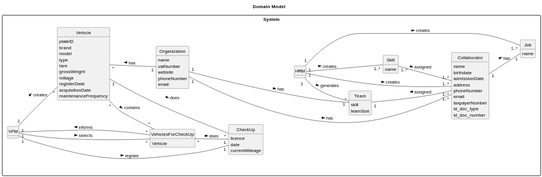
Earlier version of the PlantUML export docs/sprintA/global-artifacts/02.analysis/svg/project-domain-model.svg (SAEmanuel/Green_Spaces_Management_ISEP).
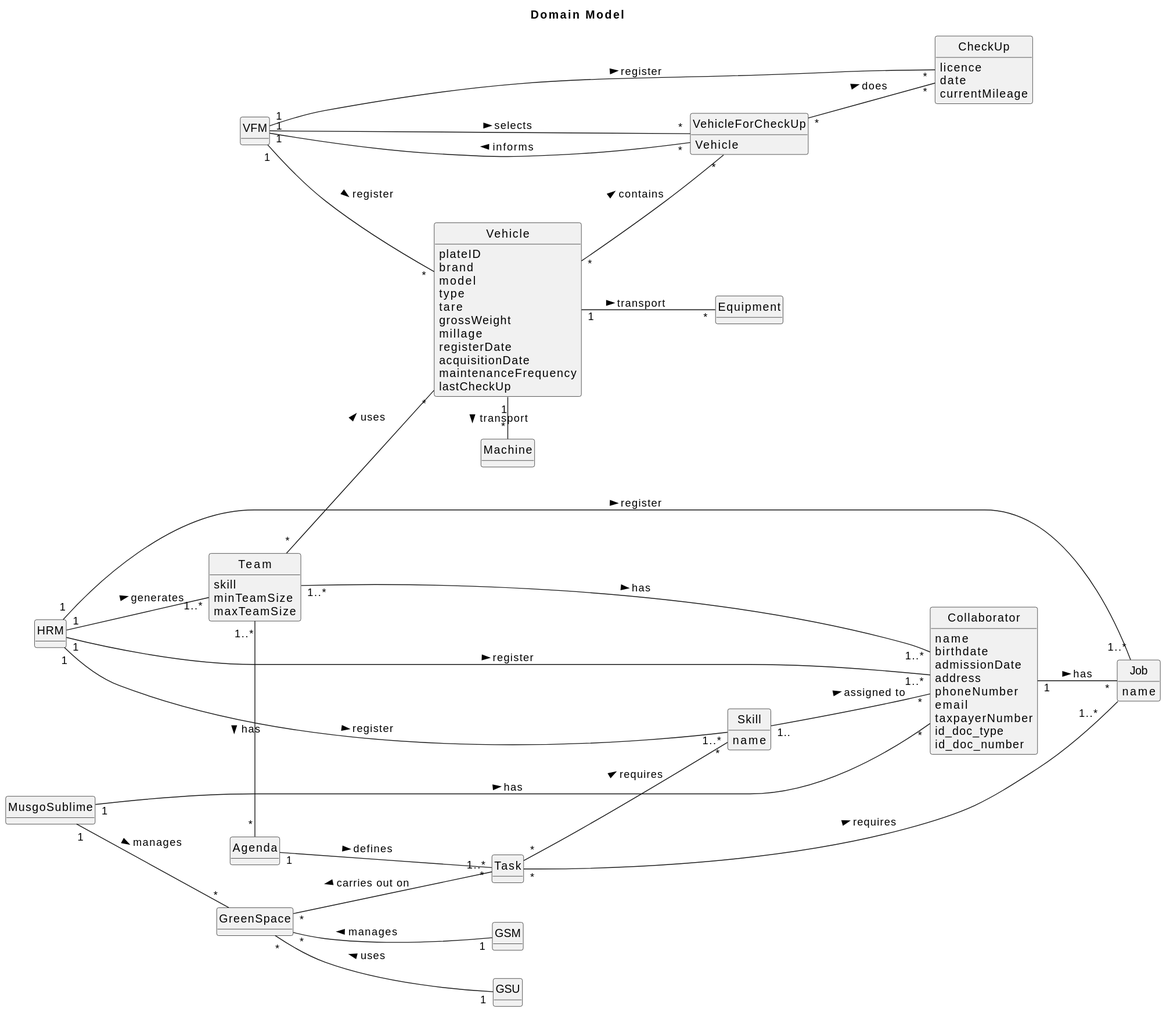
Above is the later version.

The edit, as a diff of the source:
```diff
@@ -11,44 +11,38 @@
 
 title Domain Model
 
-package "System" {
 
-    class HRM {
+
+
+    class GSM {
     }
 
-    class Skill {
-        name
+    class GSU {
     }
 
-class Organization {
-    name
-    vatNumber
-    website
-    phoneNumber
-    email
-}
-
-    class Job {
-        name
+    class GreenSpace {
     }
 
-    class Collaborator {
-        name
-        birthdate
-        admissionDate
-        address
-        phoneNumber
-        email
-        taxpayerNumber
-        id_doc_type
-        id_doc_number
-
+    class MusgoSublime {
     }
 
-    class Team {
-        skill
-        teamSize
+    class Task {
     }
+
+    class Agenda {
+    }
+
+    GreenSpace "*" -- "1" GSM : manages <
+    GreenSpace "*" -- "1" GSU : uses <
+    GreenSpace "*" -- "1..*" Task : carries out on <
+
+    MusgoSublime "1" -- "*" GreenSpace : manages >
+
+    Agenda "1" -- "*" Task : defines >
+
+
+
+
 
     class VFM {
     }
@@ -64,9 +58,16 @@
          registerDate
          acquisitionDate
          maintenanceFrequency
+         lastCheckUp
     }
 
-    class VehiclesForCheckUp {
+            class Machine{
+            }
+
+            class Equipment{
+            }
+
+    class VehicleForCheckUp {
         Vehicle
     }
 
@@ -77,32 +78,77 @@
     }
 
 
+    VFM "1" -- "*" Vehicle : register >
+    VFM "1  " -- "*" VehicleForCheckUp: selects >
+    VFM "1" ---- "*" CheckUp : register >
+    VFM "1" -- "*" VehicleForCheckUp : informs <
 
-    HRM "1  " -- "1..*" Skill : creates >
-    HRM "1" -- "1..*" Job : creates >
-    HRM "1" -- "1..*" Collaborator : creates >
-    HRM "1  " -- "1 " Team : generates >
+    Vehicle "*"-- "*" VehicleForCheckUp: contains >
+    Vehicle "1" -- "*" Equipment : transport >
+    Vehicle "1" - "*" Machine : transport >
 
-    VFM "1" -- "*" Vehicle : creates >
-    VFM "1  " -- "*" VehiclesForCheckUp: selects >
-    VFM "1" -- "1" CheckUp : register >
-    VFM "1" --  "*" VehiclesForCheckUp : informs <
-
-    Skill "1..*   " -- "1..*" Collaborator : assigned >
-
-    Organization "1" -- "1..*" Collaborator : has >
-    Organization "1 " ---- "*" Team : has >
-
-    Collaborator "1" -- "1" Job : has >
-
-    Team "1 " --- "1..*" Collaborator : assigned <
-
-    Vehicle "*" -- "1" Organization : has <
-    Vehicle "*"-- "*" VehiclesForCheckUp: contains >
-    Vehicle "1" - "*" CheckUp : does >
-
-    VehiclesForCheckUp "*" -- "1" CheckUp : does >
+    VehicleForCheckUp "*" -- "*" CheckUp : does >
 
 
-}
+
+
+
+
+    class HRM {
+    }
+
+    class Collaborator {
+        name
+        birthdate
+        admissionDate
+        address
+        phoneNumber
+        email
+        taxpayerNumber
+        id_doc_type
+        id_doc_number
+    }
+
+    class Team {
+        skill
+        minTeamSize
+        maxTeamSize
+    }
+
+    class Skill {
+        name
+    }
+
+    class Job {
+        name
+    }
+
+    HRM "1" -- "1..*" Skill : register >
+    HRM "1" -- "1..*" Job : register >
+    HRM "1" - "1..*" Collaborator : register >
+    HRM "1" -- "1..*" Team : generates >
+
+    Skill "1.." -- "*" Collaborator : assigned to >
+
+    Collaborator "1" -- "*" Job : has >
+
+    Team "1..*" -- "1..*" Collaborator : has >
+
+
+
+    Team "*" -- "*" Vehicle : uses >
+    Team "1..*" - "*" Agenda : has >
+
+    MusgoSublime "1" --- "*" Collaborator : has >
+
+    Task "*" -- "*" Skill : requires >
+    Task "*" - "1..*    " Job : requires >
+
+
+
+
+
+
+
+
 @enduml
```
